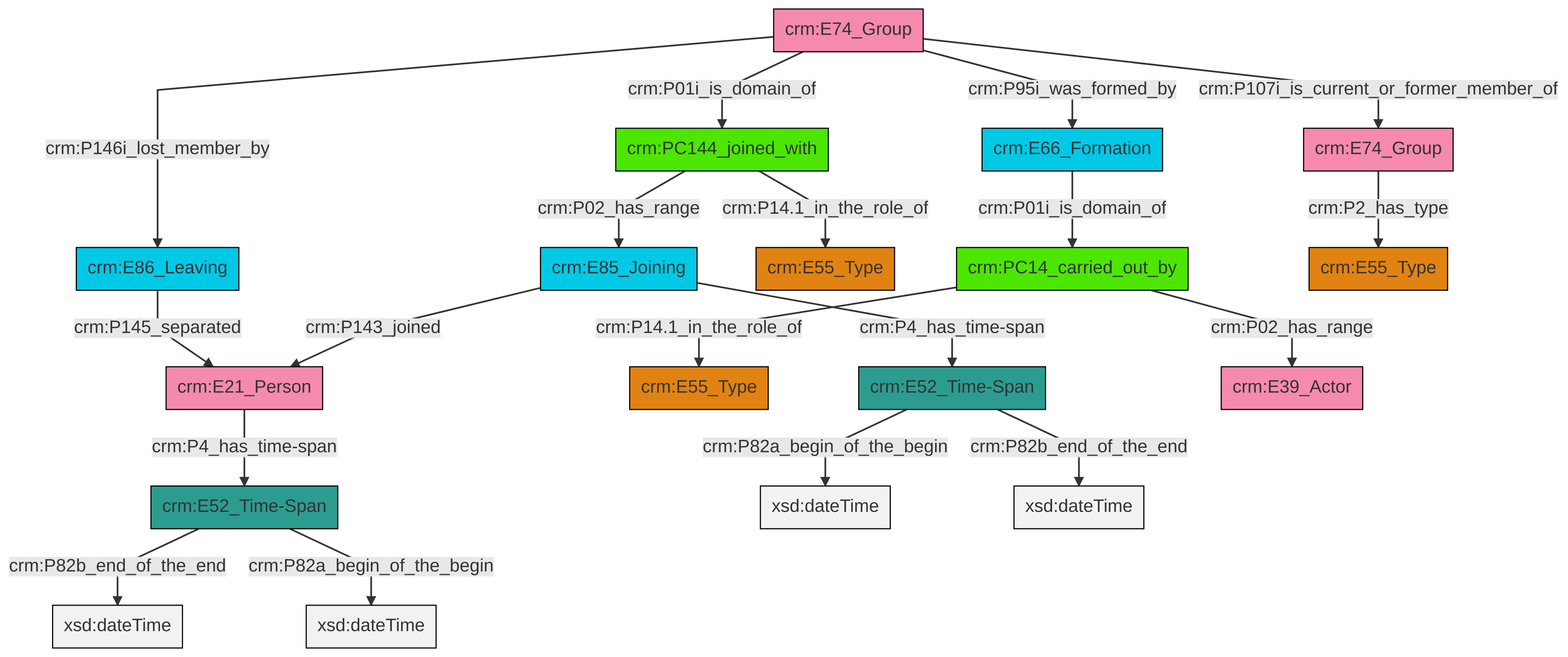
This is et/groupCSV/ttl/mmd/png/group_actor_relations.png from swiss-art-research-net/docs.swissartresearch, a Mermaid export, as it was before one commit. Its source is kept beside it as et/groupCSV/ttl/mmd/group_actor_relations.ttl.mmd.
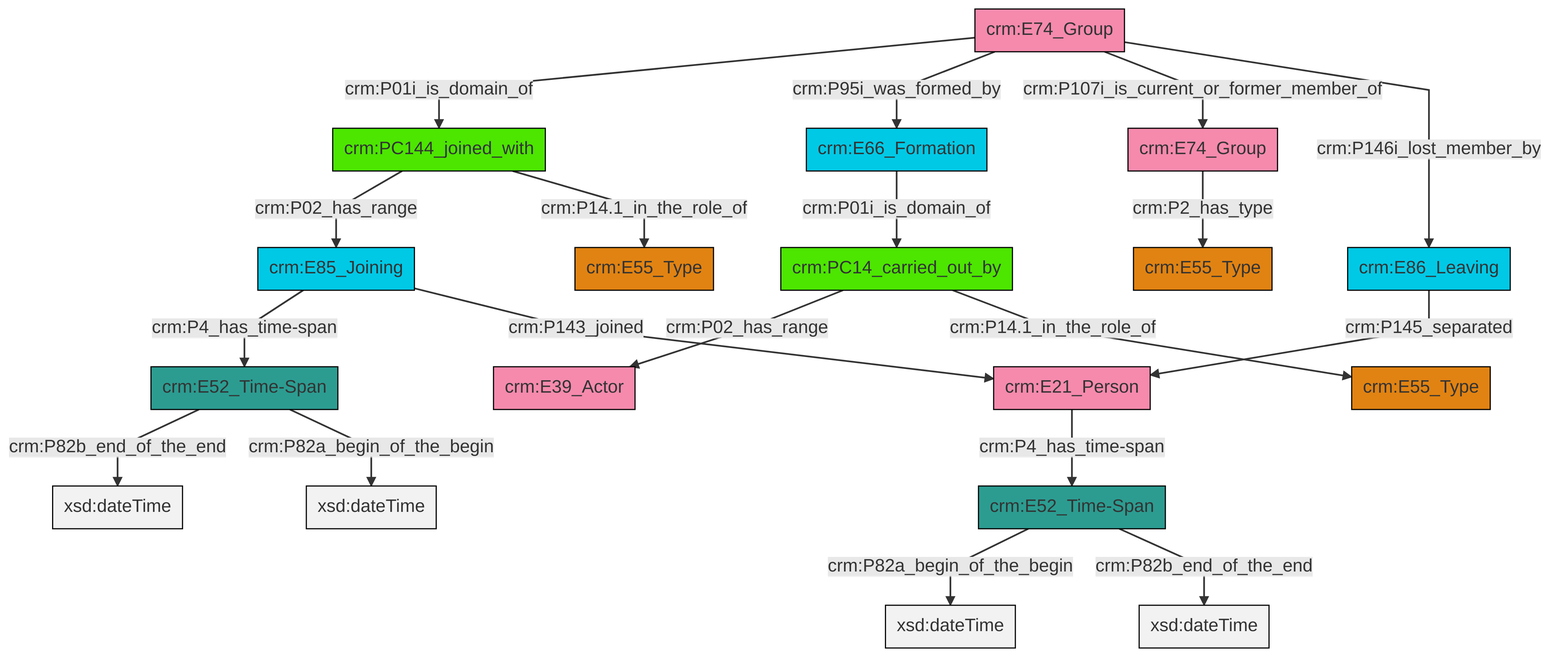
The same file after the commit.

The edit, as a diff of the source:
```diff
@@ -13,21 +13,21 @@
 classDef PC_Classes fill:#4ce600, stroke:#000000;
 classDef Multi fill:#cccccc,stroke:#000000;
 
-2["crm:E85_Joining"]:::Temporal_Entity -->|crm:P4_has_time-span| 3["crm:E52_Time-Span"]:::Time-Span
-3["crm:E52_Time-Span"]:::Time-Span -->|crm:P82a_begin_of_the_begin| 4[xsd:dateTime]:::Literal
-7["crm:E66_Formation"]:::Temporal_Entity -->|crm:P01i_is_domain_of| 8["crm:PC14_carried_out_by"]:::PC_Classes
-16["crm:E86_Leaving"]:::Temporal_Entity -->|crm:P145_separated| 17["crm:E21_Person"]:::Actor
-8["crm:PC14_carried_out_by"]:::PC_Classes -->|crm:P14.1_in_the_role_of| 5["crm:E55_Type"]:::Type
-12["crm:E74_Group"]:::Actor -->|crm:P146i_lost_member_by| 16["crm:E86_Leaving"]:::Temporal_Entity
-12["crm:E74_Group"]:::Actor -->|crm:P107i_is_current_or_former_member_of| 24["crm:E74_Group"]:::Actor
-0["crm:E52_Time-Span"]:::Time-Span -->|crm:P82b_end_of_the_end| 29[xsd:dateTime]:::Literal
-12["crm:E74_Group"]:::Actor -->|crm:P01i_is_domain_of| 10["crm:PC144_joined_with"]:::PC_Classes
-8["crm:PC14_carried_out_by"]:::PC_Classes -->|crm:P02_has_range| 18["crm:E39_Actor"]:::Actor
-10["crm:PC144_joined_with"]:::PC_Classes -->|crm:P02_has_range| 2["crm:E85_Joining"]:::Temporal_Entity
-12["crm:E74_Group"]:::Actor -->|crm:P95i_was_formed_by| 7["crm:E66_Formation"]:::Temporal_Entity
-3["crm:E52_Time-Span"]:::Time-Span -->|crm:P82b_end_of_the_end| 32[xsd:dateTime]:::Literal
-17["crm:E21_Person"]:::Actor -->|crm:P4_has_time-span| 0["crm:E52_Time-Span"]:::Time-Span
-24["crm:E74_Group"]:::Actor -->|crm:P2_has_type| 21["crm:E55_Type"]:::Type
-0["crm:E52_Time-Span"]:::Time-Span -->|crm:P82a_begin_of_the_begin| 34[xsd:dateTime]:::Literal
-2["crm:E85_Joining"]:::Temporal_Entity -->|crm:P143_joined| 17["crm:E21_Person"]:::Actor
-10["crm:PC144_joined_with"]:::PC_Classes -->|crm:P14.1_in_the_role_of| 14["crm:E55_Type"]:::Type
+2["crm:E21_Person"]:::Actor -->|crm:P4_has_time-span| 3["crm:E52_Time-Span"]:::Time-Span
+4["crm:E74_Group"]:::Actor -->|crm:P01i_is_domain_of| 5["crm:PC144_joined_with"]:::PC_Classes
+14["crm:E85_Joining"]:::Temporal_Entity -->|crm:P4_has_time-span| 15["crm:E52_Time-Span"]:::Time-Span
+4["crm:E74_Group"]:::Actor -->|crm:P95i_was_formed_by| 18["crm:E66_Formation"]:::Temporal_Entity
+15["crm:E52_Time-Span"]:::Time-Span -->|crm:P82b_end_of_the_end| 20[xsd:dateTime]:::Literal
+12["crm:E86_Leaving"]:::Temporal_Entity -->|crm:P145_separated| 2["crm:E21_Person"]:::Actor
+6["crm:PC14_carried_out_by"]:::PC_Classes -->|crm:P02_has_range| 8["crm:E39_Actor"]:::Actor
+3["crm:E52_Time-Span"]:::Time-Span -->|crm:P82a_begin_of_the_begin| 22[xsd:dateTime]:::Literal
+6["crm:PC14_carried_out_by"]:::PC_Classes -->|crm:P14.1_in_the_role_of| 0["crm:E55_Type"]:::Type
+24["crm:E74_Group"]:::Actor -->|crm:P2_has_type| 25["crm:E55_Type"]:::Type
+15["crm:E52_Time-Span"]:::Time-Span -->|crm:P82a_begin_of_the_begin| 28[xsd:dateTime]:::Literal
+3["crm:E52_Time-Span"]:::Time-Span -->|crm:P82b_end_of_the_end| 29[xsd:dateTime]:::Literal
+4["crm:E74_Group"]:::Actor -->|crm:P107i_is_current_or_former_member_of| 24["crm:E74_Group"]:::Actor
+18["crm:E66_Formation"]:::Temporal_Entity -->|crm:P01i_is_domain_of| 6["crm:PC14_carried_out_by"]:::PC_Classes
+5["crm:PC144_joined_with"]:::PC_Classes -->|crm:P02_has_range| 14["crm:E85_Joining"]:::Temporal_Entity
+4["crm:E74_Group"]:::Actor -->|crm:P146i_lost_member_by| 12["crm:E86_Leaving"]:::Temporal_Entity
+14["crm:E85_Joining"]:::Temporal_Entity -->|crm:P143_joined| 2["crm:E21_Person"]:::Actor
+5["crm:PC144_joined_with"]:::PC_Classes -->|crm:P14.1_in_the_role_of| 10["crm:E55_Type"]:::Type
```
